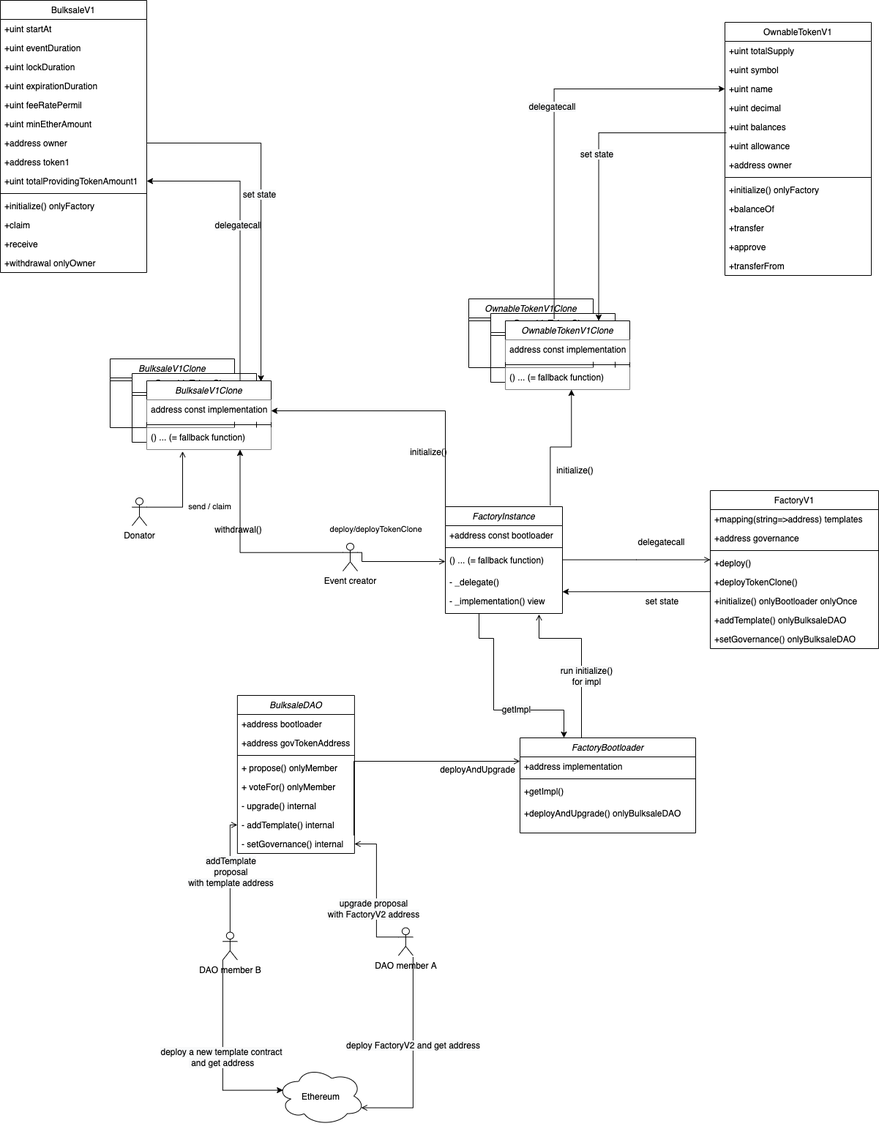
Above: bulksale.png in DeFiGeek-Community/BulksaleFactory (draw.io), before the change. Source tidied: cells renumbered, new cells last; positions are measured from the earlier drawing's top-left corner, leaving out a move shared by most shapes.
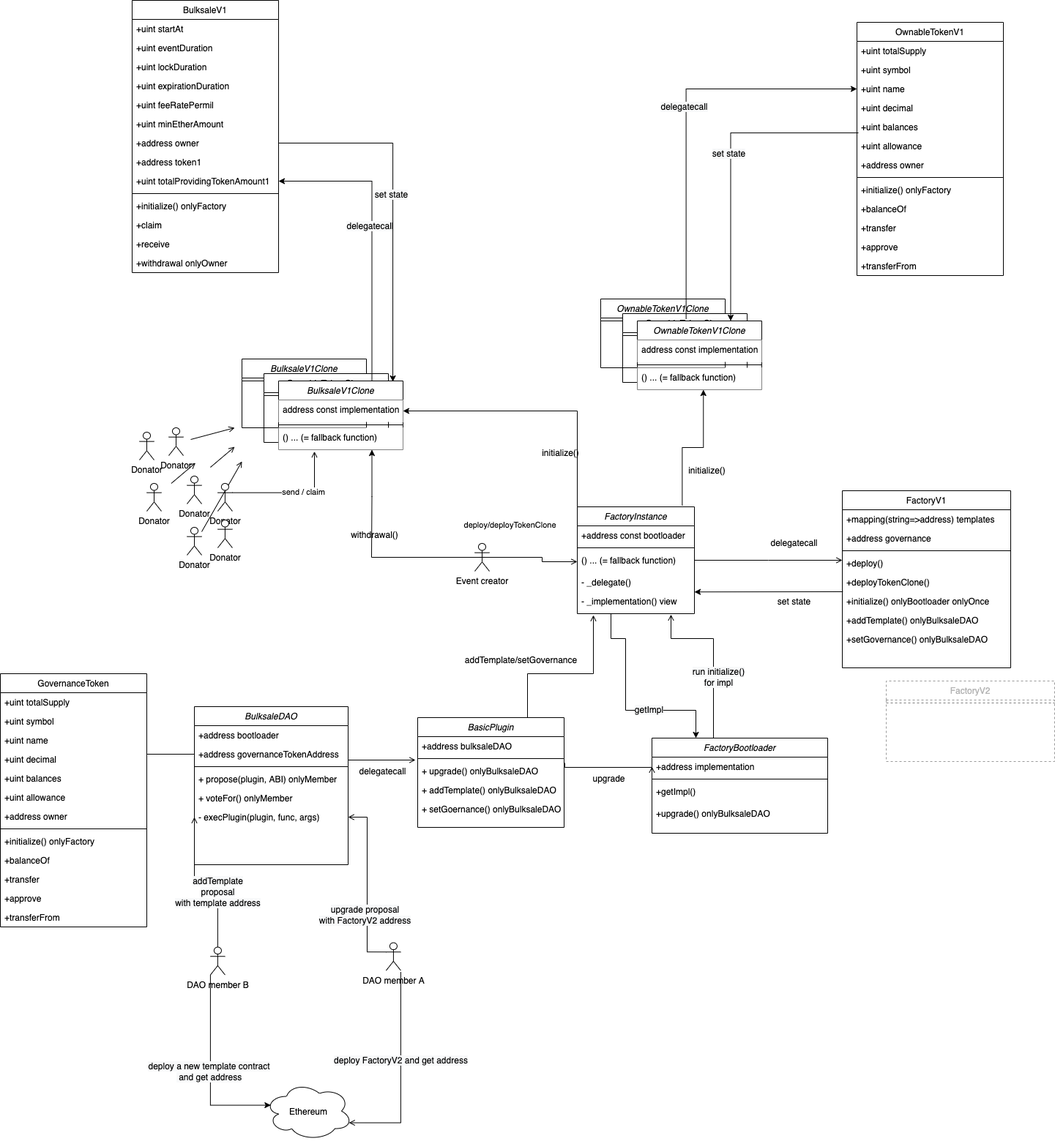
After the change.

Change to the diagram source:
```diff
@@ -4,2 +4,15 @@
     <mxCell id="1" parent="0" />
+    <mxCell id="118" style="endArrow=open;shadow=0;strokeWidth=1;rounded=0;endFill=1;elbow=horizontal;" parent="1" edge="1">
+      <mxGeometry x="0.5" y="41" relative="1" as="geometry">
+        <mxPoint x="95" y="726" as="sourcePoint" />
+        <mxPoint x="150" y="630" as="targetPoint" />
+        <mxPoint x="-40" y="32" as="offset" />
+      </mxGeometry>
+    </mxCell>
+    <mxCell id="119" value="FactoryV2" style="swimlane;fontStyle=0;align=center;verticalAlign=top;horizontal=1;startSize=26;rounded=0;shadow=0;strokeWidth=1;dashed=1;fontColor=#B3B3B3;strokeColor=#999999;" parent="1" vertex="1">
+      <mxGeometry x="1030" y="930" width="230" height="110" as="geometry" />
+    </mxCell>
+    <mxCell id="120" style="line;html=1;strokeWidth=1;align=left;verticalAlign=middle;spacingTop=-1;spacingLeft=3;spacingRight=3;labelPosition=right;dashed=1;strokeColor=#808080;" parent="119" vertex="1">
+      <mxGeometry y="26" width="230" height="8" as="geometry" />
+    </mxCell>
     <mxCell id="2" value="OwnableTokenV1Clone" style="swimlane;fontStyle=2;align=center;verticalAlign=top;horizontal=1;startSize=26;rounded=0;shadow=0;strokeWidth=1;" parent="1" vertex="1">
@@ -35,3 +48,3 @@
     <mxCell id="12" value="FactoryV1" style="swimlane;fontStyle=0;align=center;verticalAlign=top;horizontal=1;startSize=26;rounded=0;shadow=0;strokeWidth=1;" parent="1" vertex="1">
-      <mxGeometry x="970" y="670" width="230" height="216" as="geometry" />
+      <mxGeometry x="970" y="670" width="230" height="242" as="geometry" />
     </mxCell>
@@ -72,27 +85,21 @@
     <mxCell id="23" value="BulksaleDAO" style="swimlane;fontStyle=2;align=center;verticalAlign=top;horizontal=1;startSize=26;rounded=0;shadow=0;strokeWidth=1;" parent="1" vertex="1">
-      <mxGeometry x="323.9" y="950" width="160" height="216" as="geometry" />
+      <mxGeometry x="85" y="965" width="210" height="216" as="geometry" />
     </mxCell>
     <mxCell id="24" value="+address bootloader" style="text;align=left;verticalAlign=top;spacingLeft=4;spacingRight=4;overflow=hidden;" parent="23" vertex="1">
-      <mxGeometry y="26" width="160" height="26" as="geometry" />
+      <mxGeometry y="26" width="210" height="26" as="geometry" />
     </mxCell>
-    <mxCell id="25" value="+address govTokenAddress" style="text;align=left;verticalAlign=top;spacingLeft=4;spacingRight=4;overflow=hidden;points=[[0,0.5],[1,0.5]];portConstraint=eastwest;" parent="23" vertex="1">
-      <mxGeometry y="52" width="160" height="26" as="geometry" />
+    <mxCell id="25" value="+address governanceTokenAddress" style="text;align=left;verticalAlign=top;spacingLeft=4;spacingRight=4;overflow=hidden;points=[[0,0.5],[1,0.5]];portConstraint=eastwest;" parent="23" vertex="1">
+      <mxGeometry y="52" width="210" height="26" as="geometry" />
     </mxCell>
     <mxCell id="26" style="line;html=1;strokeWidth=1;align=left;verticalAlign=middle;spacingTop=-1;spacingLeft=3;spacingRight=3;labelPosition=right;" parent="23" vertex="1">
-      <mxGeometry y="78" width="160" height="8" as="geometry" />
+      <mxGeometry y="78" width="210" height="8" as="geometry" />
     </mxCell>
-    <mxCell id="27" value="+ propose() onlyMember" style="text;align=left;verticalAlign=top;spacingLeft=4;spacingRight=4;overflow=hidden;" parent="23" vertex="1">
-      <mxGeometry y="86" width="160" height="26" as="geometry" />
+    <mxCell id="27" value="+ propose(plugin, ABI) onlyMember" style="text;align=left;verticalAlign=top;spacingLeft=4;spacingRight=4;overflow=hidden;" parent="23" vertex="1">
+      <mxGeometry y="86" width="210" height="26" as="geometry" />
     </mxCell>
     <mxCell id="28" value="+ voteFor() onlyMember" style="text;align=left;verticalAlign=top;spacingLeft=4;spacingRight=4;overflow=hidden;" parent="23" vertex="1">
-      <mxGeometry y="112" width="160" height="26" as="geometry" />
+      <mxGeometry y="112" width="210" height="26" as="geometry" />
     </mxCell>
-    <mxCell id="29" value="- upgrade() internal" style="text;align=left;verticalAlign=top;spacingLeft=4;spacingRight=4;overflow=hidden;" parent="23" vertex="1">
-      <mxGeometry y="138" width="160" height="26" as="geometry" />
-    </mxCell>
-    <mxCell id="30" value="- addTemplate() internal" style="text;align=left;verticalAlign=top;spacingLeft=4;spacingRight=4;overflow=hidden;points=[[0,0.5],[1,0.5]];portConstraint=eastwest;" parent="23" vertex="1">
-      <mxGeometry y="164" width="160" height="26" as="geometry" />
-    </mxCell>
-    <mxCell id="31" value="- setGovernance() internal" style="text;align=left;verticalAlign=top;spacingLeft=4;spacingRight=4;overflow=hidden;points=[[0,0.5],[1,0.5]];portConstraint=eastwest;" parent="23" vertex="1">
-      <mxGeometry y="190" width="160" height="26" as="geometry" />
+    <mxCell id="31" value="- execPlugin(plugin, func, args)" style="text;align=left;verticalAlign=top;spacingLeft=4;spacingRight=4;overflow=hidden;points=[[0,0.5],[1,0.5]];portConstraint=eastwest;" parent="23" vertex="1">
+      <mxGeometry y="138" width="210" height="26" as="geometry" />
     </mxCell>
@@ -110,3 +117,3 @@
     </mxCell>
-    <mxCell id="36" value="+deployAndUpgrade() onlyBulksaleDAO" style="text;align=left;verticalAlign=top;spacingLeft=4;spacingRight=4;overflow=hidden;" parent="32" vertex="1">
+    <mxCell id="36" value="+upgrade() onlyBulksaleDAO" style="text;align=left;verticalAlign=top;spacingLeft=4;spacingRight=4;overflow=hidden;" parent="32" vertex="1">
       <mxGeometry y="90" width="240" height="26" as="geometry" />
@@ -117,3 +124,3 @@
     <mxCell id="38" value="DAO member A" style="shape=umlActor;verticalLabelPosition=bottom;verticalAlign=top;html=1;outlineConnect=0;" parent="1" vertex="1">
-      <mxGeometry x="543.9" y="1267.6" width="20" height="38" as="geometry" />
+      <mxGeometry x="346.9" y="1287.6" width="20" height="38" as="geometry" />
     </mxCell>
@@ -130,6 +137,7 @@
     <mxCell id="41" value="DAO member B" style="shape=umlActor;verticalLabelPosition=bottom;verticalAlign=top;html=1;outlineConnect=0;" parent="1" vertex="1">
-      <mxGeometry x="303.9" y="1273.6" width="20" height="38" as="geometry" />
+      <mxGeometry x="106.9" y="1293.6" width="20" height="38" as="geometry" />
     </mxCell>
-    <mxCell id="42" style="endArrow=open;shadow=0;strokeWidth=1;rounded=0;endFill=1;elbow=horizontal;exitX=0.5;exitY=0;exitDx=0;exitDy=0;exitPerimeter=0;entryX=0;entryY=0.5;entryDx=0;entryDy=0;edgeStyle=orthogonalEdgeStyle;" parent="1" edge="1" source="41" target="30">
+    <mxCell id="42" style="endArrow=open;shadow=0;strokeWidth=1;rounded=0;endFill=1;elbow=horizontal;exitX=0.5;exitY=0;exitDx=0;exitDy=0;exitPerimeter=0;entryX=0;entryY=0.5;entryDx=0;entryDy=0;edgeStyle=orthogonalEdgeStyle;" parent="1" edge="1" source="41">
       <mxGeometry x="0.5" y="41" relative="1" as="geometry">
+        <mxPoint x="85" y="1116" as="targetPoint" />
         <mxPoint x="-40" y="32" as="offset" />
@@ -139,9 +147,9 @@
       <mxGeometry x="-0.53" y="1" relative="1" as="geometry">
-        <mxPoint x="2" y="-47" as="offset" />
+        <mxPoint x="1" y="-27" as="offset" />
       </mxGeometry>
     </mxCell>
-    <mxCell id="44" style="endArrow=open;shadow=0;strokeWidth=1;rounded=0;endFill=1;edgeStyle=elbowEdgeStyle;elbow=vertical;entryX=0;entryY=0.25;entryDx=0;entryDy=0;exitX=0.995;exitY=0.05;exitDx=0;exitDy=0;exitPerimeter=0;" parent="1" edge="1" source="31" target="32">
+    <mxCell id="44" style="endArrow=open;shadow=0;strokeWidth=1;rounded=0;endFill=1;edgeStyle=elbowEdgeStyle;elbow=vertical;entryX=-0.015;entryY=-0.077;entryDx=0;entryDy=0;exitX=1;exitY=0.5;exitDx=0;exitDy=0;entryPerimeter=0;" parent="1" edge="1" source="25" target="124">
       <mxGeometry x="0.5" y="41" relative="1" as="geometry">
         <Array as="points">
-          <mxPoint x="620" y="1040" />
+          <mxPoint x="330" y="1038" />
         </Array>
@@ -150,5 +158,5 @@
     </mxCell>
-    <mxCell id="45" value="deployAndUpgrade" style="text;html=1;align=center;verticalAlign=middle;labelBackgroundColor=none;rounded=0;shadow=0;strokeWidth=1;fontSize=12;" parent="44" vertex="1">
+    <mxCell id="45" value="delegatecall" style="text;html=1;align=center;verticalAlign=middle;labelBackgroundColor=none;rounded=0;shadow=0;strokeWidth=1;fontSize=12;" parent="44" vertex="1">
       <mxGeometry x="0.5" y="49" relative="1" as="geometry">
-        <mxPoint x="23" y="59" as="offset" />
+        <mxPoint x="-21" y="63" as="offset" />
       </mxGeometry>
@@ -170,3 +178,3 @@
     <mxCell id="48" value="Ethereum" style="ellipse;shape=cloud;whiteSpace=wrap;html=1;" parent="1" vertex="1">
-      <mxGeometry x="377.9" y="1457.6" width="120" height="80" as="geometry" />
+      <mxGeometry x="180.9" y="1477.6" width="120" height="80" as="geometry" />
     </mxCell>
@@ -174,5 +182,5 @@
       <mxGeometry x="0.5" y="41" relative="1" as="geometry">
-        <mxPoint x="563.9" y="1307.6" as="sourcePoint" />
+        <mxPoint x="366.9" y="1327.6" as="sourcePoint" />
         <Array as="points">
-          <mxPoint x="563.9" y="1513.6" />
+          <mxPoint x="366.9" y="1533.6" />
         </Array>
@@ -185,3 +193,3 @@
     <mxCell id="51" style="group;" parent="1" vertex="1">
-      <mxGeometry x="313.9" y="1407.6" as="geometry" />
+      <mxGeometry x="116.9" y="1427.6" as="geometry" />
     </mxCell>
@@ -197,6 +205,6 @@
     </mxCell>
-    <mxCell id="54" style="endArrow=open;shadow=0;strokeWidth=1;rounded=0;endFill=1;edgeStyle=elbowEdgeStyle;elbow=horizontal;entryX=0;entryY=0.5;entryDx=0;entryDy=0;exitX=1;exitY=0.3333333333333333;exitDx=0;exitDy=0;exitPerimeter=0;" parent="1" edge="1" source="37" target="9">
+    <mxCell id="54" style="endArrow=open;shadow=0;strokeWidth=1;rounded=0;endFill=1;edgeStyle=elbowEdgeStyle;elbow=horizontal;entryX=0;entryY=0.5;entryDx=0;entryDy=0;exitX=0.5;exitY=0.5;exitDx=0;exitDy=0;exitPerimeter=0;" parent="1" edge="1" source="37" target="9">
       <mxGeometry x="0.5" y="41" relative="1" as="geometry">
         <Array as="points">
-          <mxPoint x="494" y="761" />
+          <mxPoint x="560" y="761" />
         </Array>
@@ -412,3 +420,3 @@
     <mxCell id="113" value="Donator" style="shape=umlActor;verticalLabelPosition=bottom;verticalAlign=top;html=1;outlineConnect=0;" parent="1" vertex="1">
-      <mxGeometry x="180" y="680" width="20" height="38" as="geometry" />
+      <mxGeometry x="116.9" y="660" width="20" height="38" as="geometry" />
     </mxCell>
@@ -427,4 +435,8 @@
     </mxCell>
-    <mxCell id="116" style="endArrow=none;shadow=0;strokeWidth=1;rounded=0;endFill=0;elbow=vertical;entryX=0;entryY=0.3333333333333333;entryDx=0;entryDy=0;startArrow=classic;startFill=1;exitX=0.75;exitY=1;exitDx=0;exitDy=0;edgeStyle=orthogonalEdgeStyle;entryPerimeter=0;" parent="1" edge="1" source="103" target="37">
+    <mxCell id="116" style="endArrow=none;shadow=0;strokeWidth=1;rounded=0;endFill=0;elbow=vertical;entryX=0.5;entryY=0.5;entryDx=0;entryDy=0;startArrow=classic;startFill=1;exitX=0.75;exitY=1;exitDx=0;exitDy=0;edgeStyle=orthogonalEdgeStyle;entryPerimeter=0;" parent="1" edge="1" source="103" target="37">
       <mxGeometry x="0.5" y="41" relative="1" as="geometry">
+        <Array as="points">
+          <mxPoint x="327" y="678" />
+          <mxPoint x="327" y="761" />
+        </Array>
         <mxPoint x="-40" y="32" as="offset" />
@@ -437,2 +449,136 @@
     </mxCell>
+    <mxCell id="121" value="BasicPlugin" style="swimlane;fontStyle=2;align=center;verticalAlign=top;horizontal=1;startSize=26;rounded=0;shadow=0;strokeWidth=1;" parent="1" vertex="1">
+      <mxGeometry x="390" y="980" width="200" height="150" as="geometry" />
+    </mxCell>
+    <mxCell id="122" value="+address bulksaleDAO" style="text;align=left;verticalAlign=top;spacingLeft=4;spacingRight=4;overflow=hidden;" parent="121" vertex="1">
+      <mxGeometry y="26" width="200" height="26" as="geometry" />
+    </mxCell>
+    <mxCell id="123" style="line;html=1;strokeWidth=1;align=left;verticalAlign=middle;spacingTop=-1;spacingLeft=3;spacingRight=3;labelPosition=right;" parent="121" vertex="1">
+      <mxGeometry y="52" width="200" height="8" as="geometry" />
+    </mxCell>
+    <mxCell id="124" value="+ upgrade() onlyBulksaleDAO" style="text;align=left;verticalAlign=top;spacingLeft=4;spacingRight=4;overflow=hidden;points=[[0,0.5],[1,0.5]];portConstraint=eastwest;" parent="121" vertex="1">
+      <mxGeometry y="60" width="200" height="26" as="geometry" />
+    </mxCell>
+    <mxCell id="125" value="+ addTemplate() onlyBulksaleDAO" style="text;align=left;verticalAlign=top;spacingLeft=4;spacingRight=4;overflow=hidden;" parent="121" vertex="1">
+      <mxGeometry y="86" width="200" height="26" as="geometry" />
+    </mxCell>
+    <mxCell id="126" value="+ setGoernance() onlyBulksaleDAO" style="text;align=left;verticalAlign=top;spacingLeft=4;spacingRight=4;overflow=hidden;" parent="121" vertex="1">
+      <mxGeometry y="112" width="200" height="26" as="geometry" />
+    </mxCell>
+    <mxCell id="127" style="endArrow=open;shadow=0;strokeWidth=1;rounded=0;endFill=1;edgeStyle=elbowEdgeStyle;elbow=vertical;entryX=0;entryY=0.5;entryDx=0;entryDy=0;exitX=1.005;exitY=0.077;exitDx=0;exitDy=0;exitPerimeter=0;" parent="1" edge="1" source="124" target="33">
+      <mxGeometry x="0.5" y="41" relative="1" as="geometry">
+        <Array as="points">
+          <mxPoint x="643.1" y="1048" />
+        </Array>
+        <mxPoint x="-40" y="32" as="offset" />
+      </mxGeometry>
+    </mxCell>
+    <mxCell id="128" value="upgrade" style="text;html=1;align=center;verticalAlign=middle;labelBackgroundColor=none;rounded=0;shadow=0;strokeWidth=1;fontSize=12;" parent="127" vertex="1">
+      <mxGeometry x="0.5" y="49" relative="1" as="geometry">
+        <mxPoint x="-29" y="63" as="offset" />
+      </mxGeometry>
+    </mxCell>
+    <mxCell id="129" style="endArrow=open;shadow=0;strokeWidth=1;rounded=0;endFill=1;edgeStyle=elbowEdgeStyle;elbow=vertical;exitX=0.75;exitY=0;exitDx=0;exitDy=0;" parent="1" edge="1" source="121">
+      <mxGeometry x="0.5" y="41" relative="1" as="geometry">
+        <mxPoint x="630" y="840" as="targetPoint" />
+        <Array as="points">
+          <mxPoint x="590" y="920" />
+        </Array>
+        <mxPoint x="-40" y="32" as="offset" />
+      </mxGeometry>
+    </mxCell>
+    <mxCell id="130" value="addTemplate/setGovernance" style="text;html=1;align=center;verticalAlign=middle;labelBackgroundColor=none;rounded=0;shadow=0;strokeWidth=1;fontSize=12;" parent="129" vertex="1">
+      <mxGeometry x="0.5" y="49" relative="1" as="geometry">
+        <mxPoint x="-51" y="3" as="offset" />
+      </mxGeometry>
+    </mxCell>
+    <mxCell id="131" value="Donator" style="shape=umlActor;verticalLabelPosition=bottom;verticalAlign=top;html=1;" parent="1" vertex="1">
+      <mxGeometry x="20" y="660" width="20" height="38" as="geometry" />
+    </mxCell>
+    <mxCell id="132" value="Donator" style="shape=umlActor;verticalLabelPosition=bottom;verticalAlign=top;html=1;" parent="1" vertex="1">
+      <mxGeometry x="116.9" y="710" width="20" height="38" as="geometry" />
+    </mxCell>
+    <mxCell id="133" value="Donator" style="shape=umlActor;verticalLabelPosition=bottom;verticalAlign=top;html=1;" parent="1" vertex="1">
+      <mxGeometry x="75" y="650" width="20" height="38" as="geometry" />
+    </mxCell>
+    <mxCell id="134" value="Donator" style="shape=umlActor;verticalLabelPosition=bottom;verticalAlign=top;html=1;" parent="1" vertex="1">
+      <mxGeometry x="75" y="720" width="20" height="38" as="geometry" />
+    </mxCell>
+    <mxCell id="135" value="Donator" style="shape=umlActor;verticalLabelPosition=bottom;verticalAlign=top;html=1;" parent="1" vertex="1">
+      <mxGeometry x="50" y="584" width="20" height="38" as="geometry" />
+    </mxCell>
+    <mxCell id="136" style="endArrow=open;shadow=0;strokeWidth=1;rounded=0;endFill=1;elbow=horizontal;" parent="1" edge="1">
+      <mxGeometry x="0.5" y="41" relative="1" as="geometry">
+        <mxPoint x="80" y="600" as="sourcePoint" />
+        <mxPoint x="140" y="584" as="targetPoint" />
+        <mxPoint x="-40" y="32" as="offset" />
+      </mxGeometry>
+    </mxCell>
+    <mxCell id="137" style="endArrow=open;shadow=0;strokeWidth=1;rounded=0;endFill=1;elbow=horizontal;" parent="1" edge="1">
+      <mxGeometry x="0.5" y="41" relative="1" as="geometry">
+        <mxPoint x="106.9" y="638" as="sourcePoint" />
+        <mxPoint x="140" y="610" as="targetPoint" />
+        <mxPoint x="-40" y="32" as="offset" />
+      </mxGeometry>
+    </mxCell>
+    <mxCell id="138" value="Donator" style="shape=umlActor;verticalLabelPosition=bottom;verticalAlign=top;html=1;" parent="1" vertex="1">
+      <mxGeometry x="10" y="590" width="20" height="38" as="geometry" />
+    </mxCell>
+    <mxCell id="139" style="endArrow=open;shadow=0;strokeWidth=1;rounded=0;endFill=1;elbow=horizontal;" parent="1" edge="1">
+      <mxGeometry x="0.5" y="41" relative="1" as="geometry">
+        <mxPoint x="53.4" y="660" as="sourcePoint" />
+        <mxPoint x="86.5" y="632" as="targetPoint" />
+        <mxPoint x="-40" y="32" as="offset" />
+      </mxGeometry>
+    </mxCell>
+    <mxCell id="140" value="GovernanceToken" style="swimlane;fontStyle=0;align=center;verticalAlign=top;horizontal=1;startSize=26;rounded=0;shadow=0;strokeWidth=1;" parent="1" vertex="1">
+      <mxGeometry x="-180" y="920" width="200" height="346" as="geometry" />
+    </mxCell>
+    <mxCell id="141" value="+uint totalSupply" style="text;align=left;verticalAlign=top;spacingLeft=4;spacingRight=4;overflow=hidden;" parent="140" vertex="1">
+      <mxGeometry y="26" width="200" height="26" as="geometry" />
+    </mxCell>
+    <mxCell id="142" value="+uint symbol" style="text;align=left;verticalAlign=top;spacingLeft=4;spacingRight=4;overflow=hidden;" parent="140" vertex="1">
+      <mxGeometry y="52" width="200" height="26" as="geometry" />
+    </mxCell>
+    <mxCell id="143" value="+uint name" style="text;align=left;verticalAlign=top;spacingLeft=4;spacingRight=4;overflow=hidden;" parent="140" vertex="1">
+      <mxGeometry y="78" width="200" height="26" as="geometry" />
+    </mxCell>
+    <mxCell id="144" value="+uint decimal" style="text;align=left;verticalAlign=top;spacingLeft=4;spacingRight=4;overflow=hidden;points=[[0,0.5],[1,0.5]];portConstraint=eastwest;" parent="140" vertex="1">
+      <mxGeometry y="104" width="200" height="26" as="geometry" />
+    </mxCell>
+    <mxCell id="145" value="+uint balances" style="text;align=left;verticalAlign=top;spacingLeft=4;spacingRight=4;overflow=hidden;" parent="140" vertex="1">
+      <mxGeometry y="130" width="200" height="26" as="geometry" />
+    </mxCell>
+    <mxCell id="146" value="+uint allowance" style="text;align=left;verticalAlign=top;spacingLeft=4;spacingRight=4;overflow=hidden;" parent="140" vertex="1">
+      <mxGeometry y="156" width="200" height="26" as="geometry" />
+    </mxCell>
+    <mxCell id="147" value="+address owner" style="text;align=left;verticalAlign=top;spacingLeft=4;spacingRight=4;overflow=hidden;" parent="140" vertex="1">
+      <mxGeometry y="182" width="200" height="26" as="geometry" />
+    </mxCell>
+    <mxCell id="148" style="line;html=1;strokeWidth=1;align=left;verticalAlign=middle;spacingTop=-1;spacingLeft=3;spacingRight=3;labelPosition=right;" parent="140" vertex="1">
+      <mxGeometry y="208" width="200" height="8" as="geometry" />
+    </mxCell>
+    <mxCell id="149" value="+initialize() onlyFactory" style="text;align=left;verticalAlign=top;spacingLeft=4;spacingRight=4;overflow=hidden;" parent="140" vertex="1">
+      <mxGeometry y="216" width="200" height="26" as="geometry" />
+    </mxCell>
+    <mxCell id="150" value="+balanceOf" style="text;align=left;verticalAlign=top;spacingLeft=4;spacingRight=4;overflow=hidden;" parent="140" vertex="1">
+      <mxGeometry y="242" width="200" height="26" as="geometry" />
+    </mxCell>
+    <mxCell id="151" value="+transfer" style="text;align=left;verticalAlign=top;spacingLeft=4;spacingRight=4;overflow=hidden;" parent="140" vertex="1">
+      <mxGeometry y="268" width="200" height="26" as="geometry" />
+    </mxCell>
+    <mxCell id="152" value="+approve" style="text;align=left;verticalAlign=top;spacingLeft=4;spacingRight=4;overflow=hidden;" parent="140" vertex="1">
+      <mxGeometry y="294" width="200" height="26" as="geometry" />
+    </mxCell>
+    <mxCell id="153" value="+transferFrom" style="text;align=left;verticalAlign=top;spacingLeft=4;spacingRight=4;overflow=hidden;" parent="140" vertex="1">
+      <mxGeometry y="320" width="200" height="26" as="geometry" />
+    </mxCell>
+    <mxCell id="154" style="endArrow=none;shadow=0;strokeWidth=1;rounded=0;endFill=0;edgeStyle=elbowEdgeStyle;elbow=vertical;exitX=1;exitY=0.5;exitDx=0;exitDy=0;entryX=0;entryY=0.5;entryDx=0;entryDy=0;" parent="1" edge="1" source="144" target="25">
+      <mxGeometry x="0.5" y="41" relative="1" as="geometry">
+        <Array as="points">
+          <mxPoint x="60" y="1030" />
+        </Array>
+        <mxPoint x="-40" y="32" as="offset" />
+      </mxGeometry>
+    </mxCell>
   </root>
```
